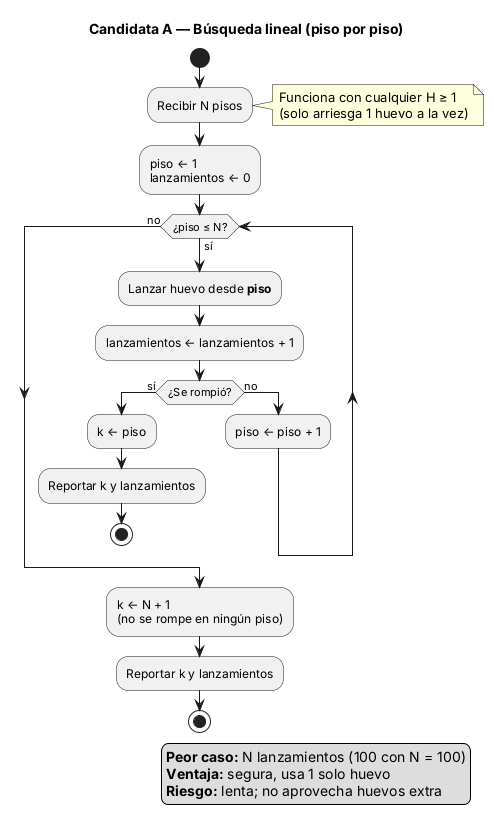
Earlier version of the PlantUML export diagramas/actividad_lineal.png (Therinbsv/Problema-huevos). Source of this version:
```plantuml
@startuml actividad_lineal

title Candidata A — Búsqueda lineal (piso por piso)

start
:Recibir N pisos;
note right: Funciona con cualquier H ≥ 1\n(solo arriesga 1 huevo a la vez)
:piso ← 1\nlanzamientos ← 0;

while (¿piso ≤ N?) is (sí)
  :Lanzar huevo desde **piso**;
  :lanzamientos ← lanzamientos + 1;
  if (¿Se rompió?) then (sí)
    :k ← piso;
    :Reportar k y lanzamientos;
    stop
  else (no)
    :piso ← piso + 1;
  endif
endwhile (no)

:k ← N + 1\n(no se rompe en ningún piso);
:Reportar k y lanzamientos;
stop

legend right
  **Peor caso:** N lanzamientos (100 con N = 100)
  **Ventaja:** segura, usa 1 solo huevo
  **Riesgo:** lenta; no aprovecha huevos extra
endlegend

@enduml
```
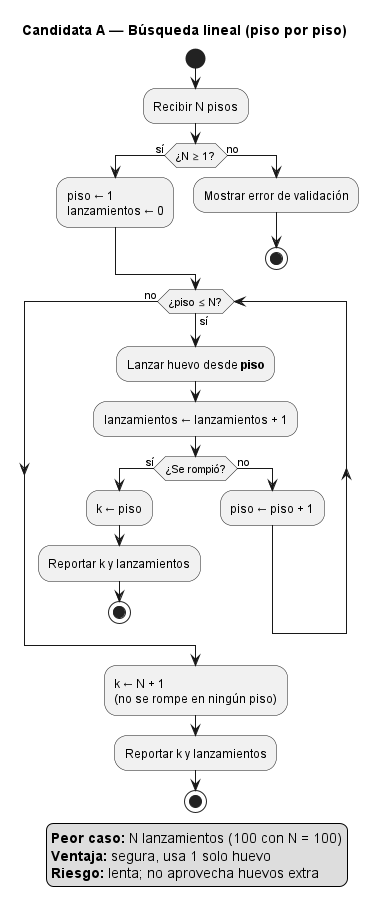
The same diagram one commit later.

Commit message:
HUEVO-7: revision de arquitectura del ciclo 1

What changed in the source:
```diff
@@ -4,8 +4,12 @@
 
 start
 :Recibir N pisos;
-note right: Funciona con cualquier H ≥ 1\n(solo arriesga 1 huevo a la vez)
-:piso ← 1\nlanzamientos ← 0;
+if (¿N ≥ 1?) then (sí)
+  :piso ← 1\nlanzamientos ← 0;
+else (no)
+  :Mostrar error de validación;
+  stop
+endif
 
 while (¿piso ≤ N?) is (sí)
   :Lanzar huevo desde **piso**;
```
